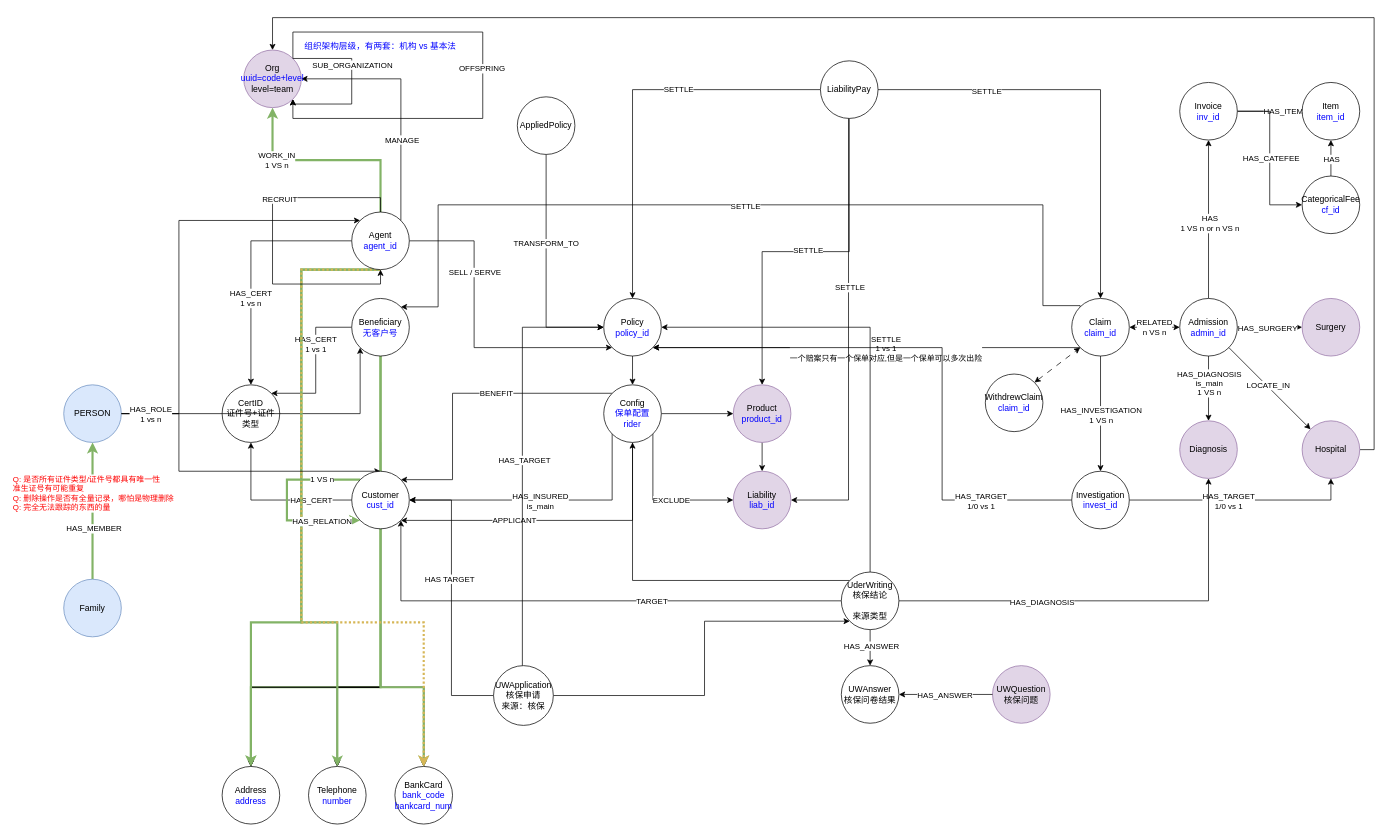
Before: page "V1.2" (4 of 4) of 友邦/图拓扑设计.drawio in XiaoLiuAI/diagrams, a draw.io diagram. Source tidied: cells renumbered, new cells numbered last; positions are measured from the earlier drawing's top-left corner, leaving out a move shared by most shapes. Both pictures are drawn from the tidied source at 72%, with x=0, y=0 at pixel (63, 17).
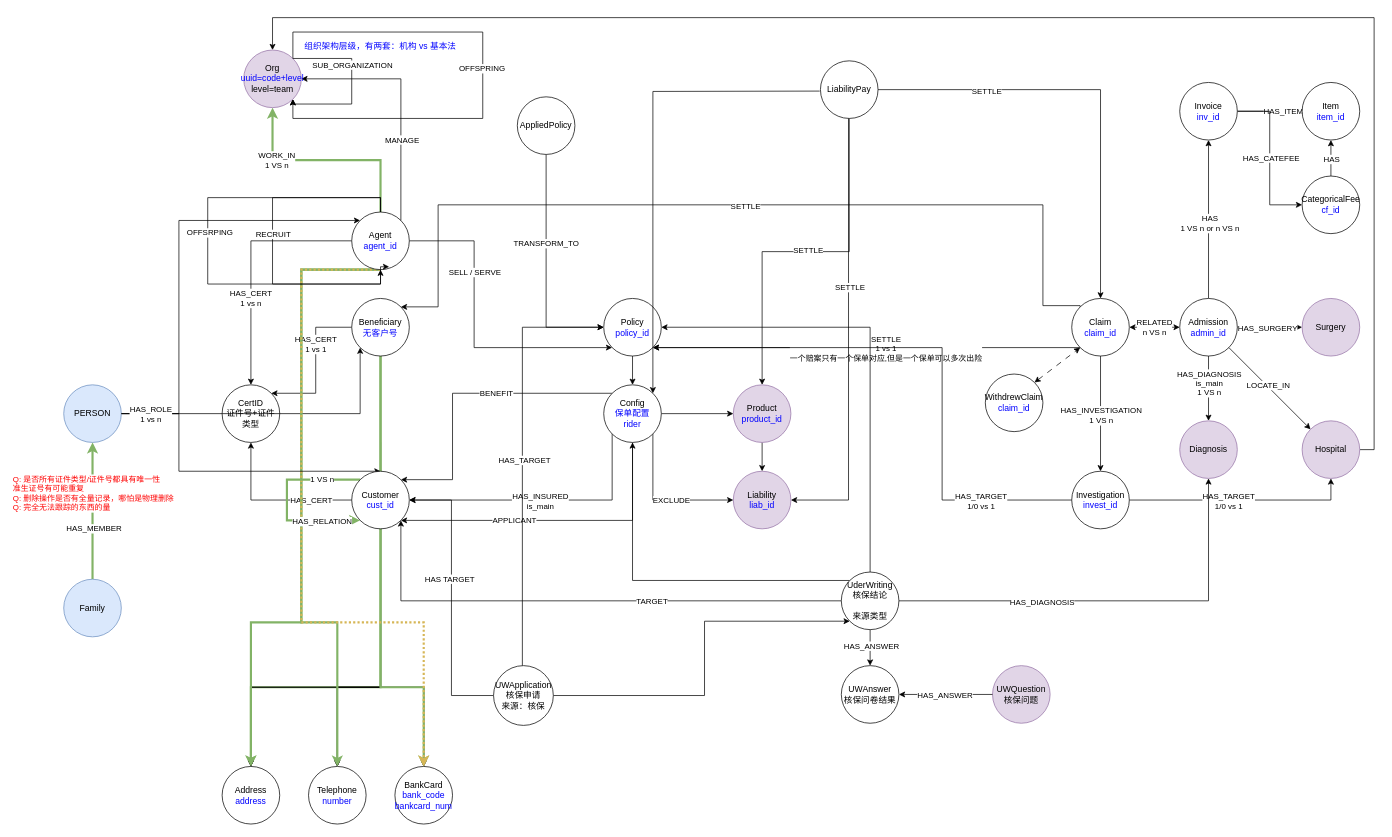
The same page after the edit.

Commit message:
Update 图拓扑设计.drawio

Unchanged cells that the change refers to:
```xml
<mxCell id="31" value="Agent&lt;br&gt;&lt;font color=&quot;#0000ff&quot;&gt;agent_id&lt;/font&gt;" style="ellipse;whiteSpace=wrap;html=1;" parent="1" vertex="1">
  <mxGeometry x="400" y="270" width="80" height="80" as="geometry" />
</mxCell>
<mxCell id="33" value="Policy&lt;br&gt;&lt;font color=&quot;#0000ff&quot;&gt;policy_id&lt;/font&gt;" style="ellipse;whiteSpace=wrap;html=1;" parent="1" vertex="1">
  <mxGeometry x="750" y="390" width="80" height="80" as="geometry" />
</mxCell>
<mxCell id="44" value="Config&lt;br&gt;&lt;font color=&quot;#0000ff&quot;&gt;保单配置&lt;br&gt;rider&lt;/font&gt;" style="ellipse;whiteSpace=wrap;html=1;" parent="1" vertex="1">
  <mxGeometry x="750" y="510" width="80" height="80" as="geometry" />
</mxCell>
<mxCell id="69" value="LiabilityPay" style="ellipse;whiteSpace=wrap;html=1;" parent="1" vertex="1">
  <mxGeometry x="1051" y="60" width="80" height="80" as="geometry" />
</mxCell>
<mxCell id="127" style="edgeStyle=orthogonalEdgeStyle;rounded=0;orthogonalLoop=1;jettySize=auto;html=1;exitX=0.5;exitY=0;exitDx=0;exitDy=0;entryX=0.5;entryY=1;entryDx=0;entryDy=0;" parent="1" edge="1" source="31" target="31">
  <mxGeometry relative="1" as="geometry">
    <Array as="points">
      <mxPoint x="440" y="250" />
      <mxPoint x="290" y="250" />
      <mxPoint x="290" y="370" />
      <mxPoint x="440" y="370" />
    </Array>
  </mxGeometry>
</mxCell>
```

Change to the diagram source:
```diff
@@
-    <mxCell id="65" style="edgeStyle=orthogonalEdgeStyle;rounded=0;jettySize=auto;html=1;exitX=0;exitY=0.5;exitDx=0;exitDy=0;" parent="1" edge="1" source="69" target="33">
-      <mxGeometry relative="1" as="geometry" />
-    </mxCell>
-    <mxCell id="66" value="SETTLE" style="edgeLabel;html=1;align=center;verticalAlign=middle;" parent="65" vertex="1">
-      <mxGeometry x="-0.28" y="-1" relative="1" as="geometry" />
-    </mxCell>
@@
     <mxCell id="128" value="RECRUIT" style="edgeLabel;html=1;align=center;verticalAlign=middle;" parent="127" vertex="1">
-      <mxGeometry x="-0.3" y="1" relative="1" as="geometry" />
+      <mxGeometry x="-0.3" y="1" relative="1" as="geometry">
+        <mxPoint x="-9" y="49" as="offset" />
+      </mxGeometry>
     </mxCell>
@@
+    <mxCell id="137" style="edgeStyle=orthogonalEdgeStyle;rounded=0;orthogonalLoop=1;jettySize=auto;html=1;exitX=0.5;exitY=0;exitDx=0;exitDy=0;entryX=0.65;entryY=0.95;entryDx=0;entryDy=0;entryPerimeter=0;" parent="1" edge="1" source="31" target="31">
+      <mxGeometry relative="1" as="geometry">
+        <Array as="points">
+          <mxPoint x="440" y="250" />
+          <mxPoint x="200" y="250" />
+          <mxPoint x="200" y="370" />
+          <mxPoint x="440" y="370" />
+          <mxPoint x="440" y="346" />
+        </Array>
+      </mxGeometry>
+    </mxCell>
+    <mxCell id="138" value="OFFSRPING" style="edgeLabel;html=1;align=center;verticalAlign=middle;" parent="137" vertex="1">
+      <mxGeometry x="-0.02" y="2" relative="1" as="geometry">
+        <mxPoint y="-13" as="offset" />
+      </mxGeometry>
+    </mxCell>
+    <mxCell id="139" style="edgeStyle=orthogonalEdgeStyle;rounded=0;jettySize=auto;html=1;entryX=1;entryY=0;entryDx=0;entryDy=0;" parent="1" edge="1" target="44">
+      <mxGeometry relative="1" as="geometry">
+        <mxPoint x="1050" y="102" as="sourcePoint" />
+      </mxGeometry>
+    </mxCell>
```
